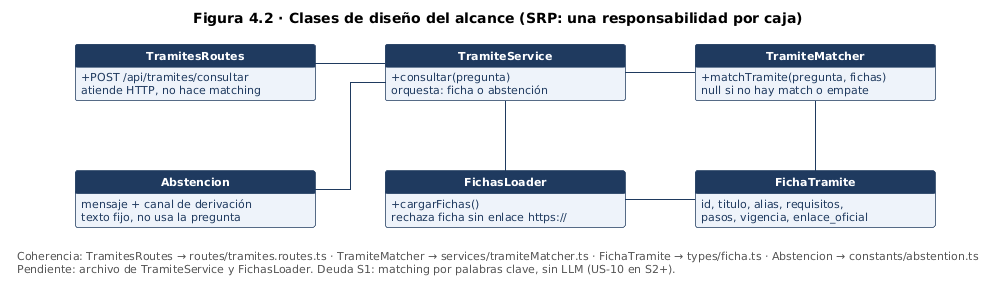
Earlier version of the PlantUML export docs/uml/clases_diseno_alcance.png (FeliKar/Proyecto-Ingenieria-de-Software). Source of this version:
```plantuml
@startuml
title Figura 4.2 · Clases de diseño del alcance (SRP: una responsabilidad por caja)
hide circle
hide empty members
skinparam shadowing false
skinparam linetype ortho
skinparam nodesep 70
skinparam ranksep 70
skinparam minClassWidth 240
skinparam defaultFontName Arial
skinparam classAttributeIconSize 0
skinparam class {
  BackgroundColor #EEF3FA
  BorderColor #1F3A5F
  ArrowColor #1F3A5F
  HeaderBackgroundColor #1F3A5F
  AttributeFontColor #1F3A5F
  AttributeFontSize 11
}
skinparam legend {
  BackgroundColor #FFFFFF
  BorderColor #FFFFFF
  FontColor #555555
  FontSize 11
}

class "<color:#FFFFFF><b>TramitesRoutes</b></color>" as TramitesRoutes {
  {field} + POST /api/tramites/consultar
  {field} atiende HTTP, no hace matching
}
class "<color:#FFFFFF><b>TramiteService</b></color>" as TramiteService {
  {field} + consultar(pregunta)
  {field} orquesta: ficha o abstención
}
class "<color:#FFFFFF><b>TramiteMatcher</b></color>" as TramiteMatcher {
  {field} + matchTramite(pregunta, fichas)
  {field} null si no hay match o empate
}

class "<color:#FFFFFF><b>Abstencion</b></color>" as Abstencion {
  {field} mensaje + canal de derivación
  {field} texto fijo, no usa la pregunta
}
class "<color:#FFFFFF><b>FichasLoader</b></color>" as FichasLoader {
  {field} + cargarFichas()
  {field} rechaza ficha sin enlace https://
}
class "<color:#FFFFFF><b>FichaTramite</b></color>" as FichaTramite {
  {field} id, titulo, alias, requisitos,
  {field} pasos, vigencia, enlace_oficial
}

TramitesRoutes -right- TramiteService
TramiteService -right- TramiteMatcher
TramiteService -down- FichasLoader
TramiteMatcher -down- FichaTramite
FichasLoader -right- FichaTramite
TramiteService -- Abstencion
TramitesRoutes -[hidden]down- Abstencion
Abstencion -[hidden]right- FichasLoader

legend bottom left
  Coherencia: TramitesRoutes → routes/tramites.routes.ts · TramiteMatcher → services/tramiteMatcher.ts · FichaTramite → types/ficha.ts · Abstencion → constants/abstention.ts
  Pendiente: archivo de TramiteService y FichasLoader. Deuda S1: matching por palabras clave, sin LLM (US-10 en S2+).
endlegend
@enduml
```
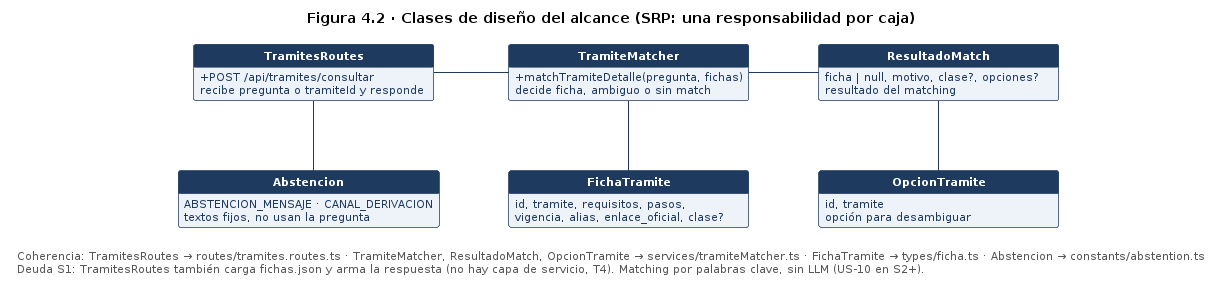
Above is the later version.

Diff of the diagram source:
```diff
@@ -26,41 +26,40 @@
 
 class "<color:#FFFFFF><b>TramitesRoutes</b></color>" as TramitesRoutes {
   {field} + POST /api/tramites/consultar
-  {field} atiende HTTP, no hace matching
-}
-class "<color:#FFFFFF><b>TramiteService</b></color>" as TramiteService {
-  {field} + consultar(pregunta)
-  {field} orquesta: ficha o abstención
+  {field} recibe pregunta o tramiteId y responde
 }
 class "<color:#FFFFFF><b>TramiteMatcher</b></color>" as TramiteMatcher {
-  {field} + matchTramite(pregunta, fichas)
-  {field} null si no hay match o empate
+  {field} + matchTramiteDetalle(pregunta, fichas)
+  {field} decide ficha, ambiguo o sin match
+}
+class "<color:#FFFFFF><b>ResultadoMatch</b></color>" as ResultadoMatch {
+  {field} ficha | null, motivo, clase?, opciones?
+  {field} resultado del matching
 }
 
 class "<color:#FFFFFF><b>Abstencion</b></color>" as Abstencion {
-  {field} mensaje + canal de derivación
-  {field} texto fijo, no usa la pregunta
-}
-class "<color:#FFFFFF><b>FichasLoader</b></color>" as FichasLoader {
-  {field} + cargarFichas()
-  {field} rechaza ficha sin enlace https://
+  {field} ABSTENCION_MENSAJE · CANAL_DERIVACION
+  {field} textos fijos, no usan la pregunta
 }
 class "<color:#FFFFFF><b>FichaTramite</b></color>" as FichaTramite {
-  {field} id, titulo, alias, requisitos,
-  {field} pasos, vigencia, enlace_oficial
+  {field} id, tramite, requisitos, pasos,
+  {field} vigencia, alias, enlace_oficial, clase?
+}
+class "<color:#FFFFFF><b>OpcionTramite</b></color>" as OpcionTramite {
+  {field} id, tramite
+  {field} opción para desambiguar
 }
 
-TramitesRoutes -right- TramiteService
-TramiteService -right- TramiteMatcher
-TramiteService -down- FichasLoader
+TramitesRoutes -right- TramiteMatcher
+TramiteMatcher -right- ResultadoMatch
+TramitesRoutes -down- Abstencion
 TramiteMatcher -down- FichaTramite
-FichasLoader -right- FichaTramite
-TramiteService -- Abstencion
-TramitesRoutes -[hidden]down- Abstencion
-Abstencion -[hidden]right- FichasLoader
+ResultadoMatch -down- OpcionTramite
+Abstencion -[hidden]right- FichaTramite
+FichaTramite -[hidden]right- OpcionTramite
 
 legend bottom left
-  Coherencia: TramitesRoutes → routes/tramites.routes.ts · TramiteMatcher → services/tramiteMatcher.ts · FichaTramite → types/ficha.ts · Abstencion → constants/abstention.ts
-  Pendiente: archivo de TramiteService y FichasLoader. Deuda S1: matching por palabras clave, sin LLM (US-10 en S2+).
+  Coherencia: TramitesRoutes → routes/tramites.routes.ts · TramiteMatcher, ResultadoMatch, OpcionTramite → services/tramiteMatcher.ts · FichaTramite → types/ficha.ts · Abstencion → constants/abstention.ts
+  Deuda S1: TramitesRoutes también carga fichas.json y arma la respuesta (no hay capa de servicio, T4). Matching por palabras clave, sin LLM (US-10 en S2+).
 endlegend
 @enduml
```
